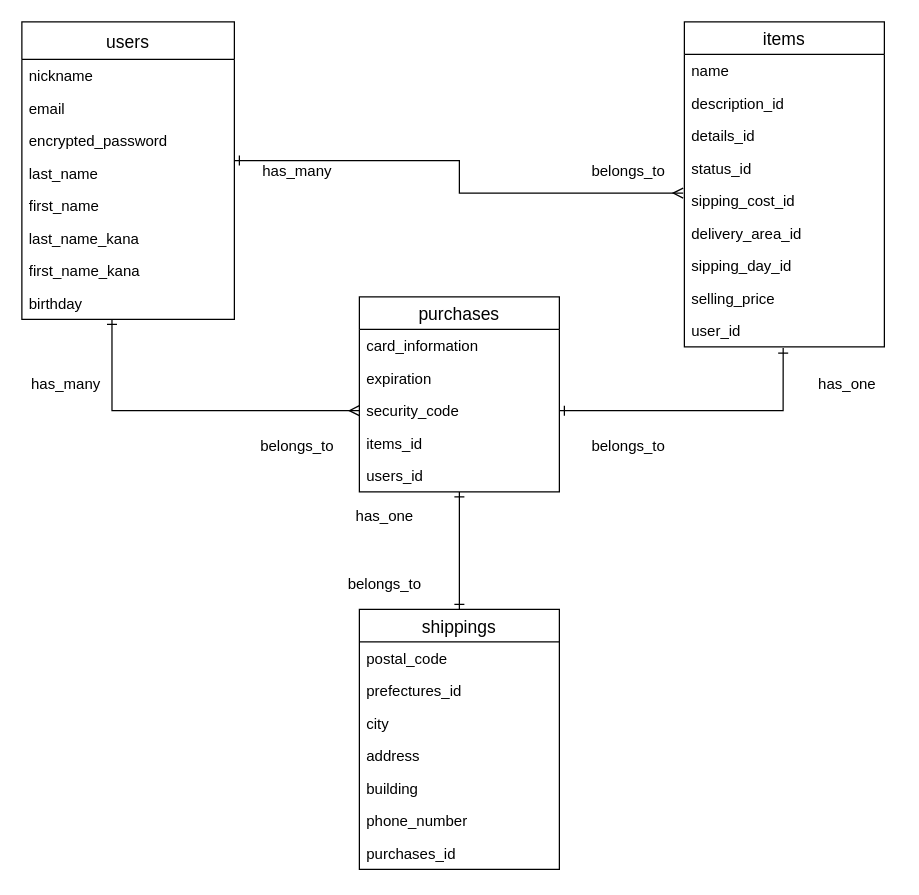
nao0313/furima-34535 keeps this draw.io diagram as furima.dio. Above is the earlier version. Source tidied: cells renumbered, new cells numbered last; positions are measured from the earlier drawing's top-left corner, leaving out a move shared by most shapes. Both pictures are drawn from the tidied source at 125%, with x=0, y=0 at pixel (21, 21).
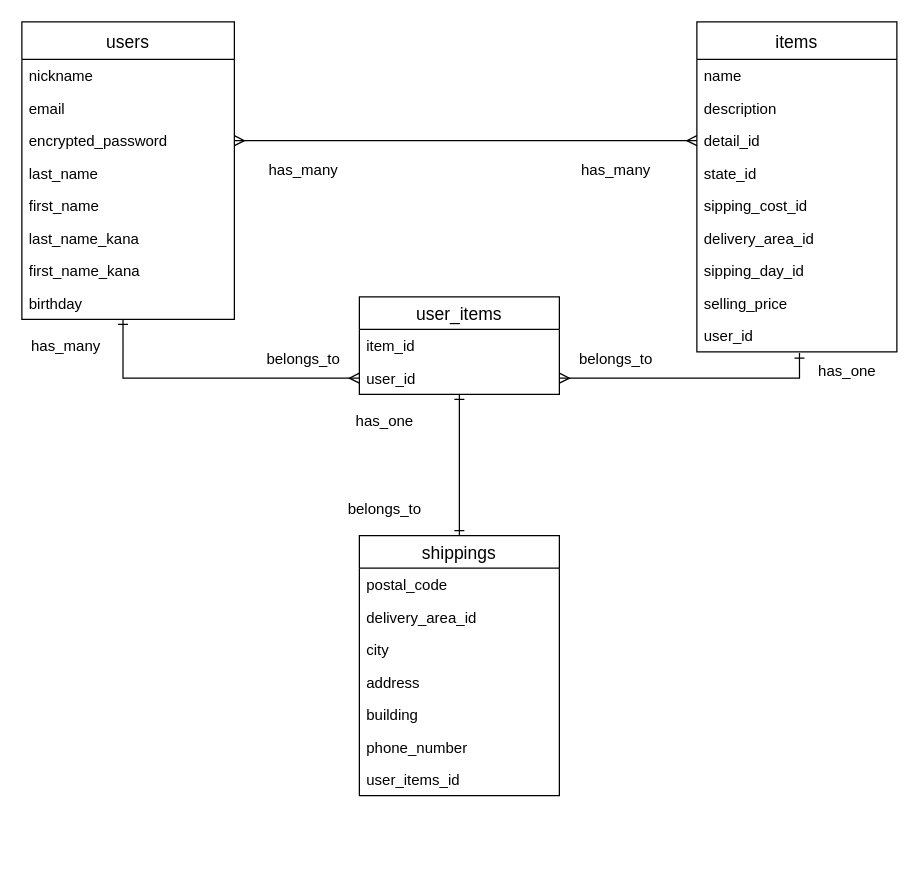
The same page after the edit.

The change refers to these unchanged cells:
```xml
<mxCell id="17" value="encrypted_password" style="text;strokeColor=none;fillColor=none;spacingLeft=4;spacingRight=4;overflow=hidden;points=[[0,0.5],[1,0.5]];portConstraint=eastwest;fontSize=12;" parent="14" vertex="1">
  <mxGeometry y="82" width="170" height="26" as="geometry" />
</mxCell>
<mxCell id="18" value="last_name" style="text;strokeColor=none;fillColor=none;spacingLeft=4;spacingRight=4;overflow=hidden;points=[[0,0.5],[1,0.5]];portConstraint=eastwest;fontSize=12;" parent="14" vertex="1">
  <mxGeometry y="108" width="170" height="26" as="geometry" />
</mxCell>
<mxCell id="22" value="birthday" style="text;strokeColor=none;fillColor=none;spacingLeft=4;spacingRight=4;overflow=hidden;points=[[0,0.5],[1,0.5]];portConstraint=eastwest;fontSize=12;" parent="14" vertex="1">
  <mxGeometry y="212" width="170" height="26" as="geometry" />
</mxCell>
```

The edit, as a diff of the source:
```diff
@@
-    <mxCell id="3" style="edgeStyle=orthogonalEdgeStyle;rounded=0;jettySize=auto;html=1;exitX=1;exitY=0.5;exitDx=0;exitDy=0;entryX=0.494;entryY=1.038;entryDx=0;entryDy=0;entryPerimeter=0;startArrow=ERone;startFill=0;endArrow=ERone;endFill=0;" parent="1" edge="1" source="26" target="38">
-      <mxGeometry relative="1" as="geometry" />
-    </mxCell>
-    <mxCell id="4" style="edgeStyle=orthogonalEdgeStyle;rounded=0;jettySize=auto;html=1;entryX=0.424;entryY=1;entryDx=0;entryDy=0;entryPerimeter=0;startArrow=ERmany;startFill=0;endArrow=ERone;endFill=0;fontSize=12;exitX=0;exitY=0.5;exitDx=0;exitDy=0;" parent="1" edge="1" source="26" target="22">
-      <mxGeometry relative="1" as="geometry" />
-    </mxCell>
-    <mxCell id="5" style="edgeStyle=orthogonalEdgeStyle;rounded=0;jettySize=auto;html=1;exitX=-0.006;exitY=0.269;exitDx=0;exitDy=0;startArrow=ERmany;startFill=0;endArrow=ERone;endFill=0;fontSize=12;exitPerimeter=0;entryX=1;entryY=0.115;entryDx=0;entryDy=0;entryPerimeter=0;" parent="1" edge="1" source="34" target="18">
+    <mxCell id="5" style="edgeStyle=orthogonalEdgeStyle;rounded=0;jettySize=auto;html=1;startArrow=ERmany;startFill=0;endArrow=ERmany;endFill=0;fontSize=12;exitX=0;exitY=0.5;exitDx=0;exitDy=0;entryX=1;entryY=0.5;entryDx=0;entryDy=0;" parent="1" edge="1" source="32" target="17">
       <mxGeometry relative="1" as="geometry" />
     </mxCell>
     <mxCell id="6" value="has_one" style="text;html=1;align=center;verticalAlign=middle;fontSize=12;" parent="1" vertex="1">
-      <mxGeometry x="630" y="280" width="60" height="20" as="geometry" />
+      <mxGeometry x="630" y="270" width="60" height="20" as="geometry" />
     </mxCell>
     <mxCell id="7" value="belongs_to" style="text;html=1;align=center;verticalAlign=middle;fontSize=12;" parent="1" vertex="1">
-      <mxGeometry x="450" y="330" width="70" height="20" as="geometry" />
+      <mxGeometry x="440" y="260" width="70" height="20" as="geometry" />
     </mxCell>
     <mxCell id="8" value="belongs_to" style="text;html=1;align=center;verticalAlign=middle;fontSize=12;" parent="1" vertex="1">
-      <mxGeometry x="185" y="330" width="70" height="20" as="geometry" />
+      <mxGeometry x="190" y="260" width="70" height="20" as="geometry" />
     </mxCell>
     <mxCell id="9" value="has_many" style="text;html=1;align=center;verticalAlign=middle;fontSize=12;" parent="1" vertex="1">
-      <mxGeometry y="280" width="70" height="20" as="geometry" />
+      <mxGeometry y="250" width="70" height="20" as="geometry" />
     </mxCell>
     <mxCell id="10" value="has_many" style="text;html=1;align=center;verticalAlign=middle;fontSize=12;" parent="1" vertex="1">
-      <mxGeometry x="185" y="110" width="70" height="20" as="geometry" />
+      <mxGeometry x="190" y="109" width="70" height="20" as="geometry" />
     </mxCell>
-    <mxCell id="11" value="belongs_to" style="text;html=1;align=center;verticalAlign=middle;fontSize=12;" parent="1" vertex="1">
-      <mxGeometry x="450" y="110" width="70" height="20" as="geometry" />
-    </mxCell>
     <mxCell id="12" value="has_one" style="text;html=1;align=center;verticalAlign=middle;fontSize=12;" parent="1" vertex="1">
-      <mxGeometry x="260" y="386" width="60" height="20" as="geometry" />
+      <mxGeometry x="260" y="310" width="60" height="20" as="geometry" />
     </mxCell>
     <mxCell id="13" value="belongs_to" style="text;html=1;align=center;verticalAlign=middle;fontSize=12;" parent="1" vertex="1">
-      <mxGeometry x="255" y="440" width="70" height="20" as="geometry" />
+      <mxGeometry x="255" y="380" width="70" height="20" as="geometry" />
     </mxCell>
@@
-    <mxCell id="23" value="purchases" style="swimlane;fontStyle=0;horizontal=1;startSize=26;align=center;fontSize=14;" parent="1" vertex="1">
-      <mxGeometry x="270" y="220" width="160" height="156" as="geometry" />
+    <mxCell id="23" value="user_items" style="swimlane;fontStyle=0;horizontal=1;startSize=26;align=center;fontSize=14;" parent="1" vertex="1">
+      <mxGeometry x="270" y="220" width="160" height="78" as="geometry" />
     </mxCell>
-    <mxCell id="24" value="card_information" style="text;strokeColor=none;fillColor=none;spacingLeft=4;spacingRight=4;overflow=hidden;fontSize=12;" parent="23" vertex="1">
-      <mxGeometry y="26" width="160" height="26" as="geometry" />
-    </mxCell>
-    <mxCell id="25" value="expiration" style="text;strokeColor=none;fillColor=none;spacingLeft=4;spacingRight=4;overflow=hidden;fontSize=12;" parent="23" vertex="1">
-      <mxGeometry y="52" width="160" height="26" as="geometry" />
-    </mxCell>
-    <mxCell id="26" value="security_code" style="text;strokeColor=none;fillColor=none;spacingLeft=4;spacingRight=4;overflow=hidden;points=[[0,0.5],[1,0.5]];portConstraint=eastwest;fontSize=12;" parent="23" vertex="1">
-      <mxGeometry y="78" width="160" height="26" as="geometry" />
-    </mxCell>
-    <mxCell id="27" value="items_id" style="text;strokeColor=none;fillColor=none;spacingLeft=4;spacingRight=4;overflow=hidden;fontSize=12;" parent="23" vertex="1">
-      <mxGeometry y="104" width="160" height="26" as="geometry" />
+    <mxCell id="27" value="item_id" style="text;strokeColor=none;fillColor=none;spacingLeft=4;spacingRight=4;overflow=hidden;fontSize=12;" parent="23" vertex="1">
+      <mxGeometry y="26" width="160" height="26" as="geometry" />
     </mxCell>
-    <mxCell id="28" value="users_id" style="text;strokeColor=none;fillColor=none;spacingLeft=4;spacingRight=4;overflow=hidden;points=[[0,0.5],[1,0.5]];portConstraint=eastwest;fontSize=12;" parent="23" vertex="1">
-      <mxGeometry y="130" width="160" height="26" as="geometry" />
+    <mxCell id="28" value="user_id" style="text;strokeColor=none;fillColor=none;spacingLeft=4;spacingRight=4;overflow=hidden;points=[[0,0.5],[1,0.5]];portConstraint=eastwest;fontSize=12;" parent="23" vertex="1">
+      <mxGeometry y="52" width="160" height="26" as="geometry" />
     </mxCell>
+    <mxCell id="47" style="edgeStyle=orthogonalEdgeStyle;rounded=0;jettySize=auto;html=1;exitX=1;exitY=0.5;exitDx=0;exitDy=0;entryX=0.513;entryY=1.038;entryDx=0;entryDy=0;entryPerimeter=0;startArrow=ERmany;startFill=0;endArrow=ERone;endFill=0;fontSize=12;" parent="1" edge="1" source="28" target="38">
+      <mxGeometry relative="1" as="geometry" />
+    </mxCell>
+    <mxCell id="39" value="shippings" style="swimlane;fontStyle=0;horizontal=1;startSize=26;align=center;fontSize=14;" parent="1" vertex="1">
+      <mxGeometry x="270" y="411" width="160" height="208" as="geometry" />
+    </mxCell>
+    <mxCell id="40" value="postal_code" style="text;strokeColor=none;fillColor=none;spacingLeft=4;spacingRight=4;overflow=hidden;fontSize=12;" parent="39" vertex="1">
+      <mxGeometry y="26" width="160" height="26" as="geometry" />
+    </mxCell>
+    <mxCell id="41" value="delivery_area_id" style="text;strokeColor=none;fillColor=none;spacingLeft=4;spacingRight=4;overflow=hidden;fontSize=12;" parent="39" vertex="1">
+      <mxGeometry y="52" width="160" height="26" as="geometry" />
+    </mxCell>
+    <mxCell id="42" value="city" style="text;strokeColor=none;fillColor=none;spacingLeft=4;spacingRight=4;overflow=hidden;fontSize=12;" parent="39" vertex="1">
+      <mxGeometry y="78" width="160" height="26" as="geometry" />
+    </mxCell>
+    <mxCell id="43" value="address" style="text;strokeColor=none;fillColor=none;spacingLeft=4;spacingRight=4;overflow=hidden;fontSize=12;" parent="39" vertex="1">
+      <mxGeometry y="104" width="160" height="26" as="geometry" />
+    </mxCell>
+    <mxCell id="44" value="building" style="text;strokeColor=none;fillColor=none;spacingLeft=4;spacingRight=4;overflow=hidden;fontSize=12;" parent="39" vertex="1">
+      <mxGeometry y="130" width="160" height="26" as="geometry" />
+    </mxCell>
+    <mxCell id="45" value="phone_number" style="text;strokeColor=none;fillColor=none;spacingLeft=4;spacingRight=4;overflow=hidden;fontSize=12;" parent="39" vertex="1">
+      <mxGeometry y="156" width="160" height="26" as="geometry" />
+    </mxCell>
+    <mxCell id="46" value="user_items_id" style="text;strokeColor=none;fillColor=none;spacingLeft=4;spacingRight=4;overflow=hidden;fontSize=12;" parent="39" vertex="1">
+      <mxGeometry y="182" width="160" height="26" as="geometry" />
+    </mxCell>
+    <mxCell id="48" style="edgeStyle=orthogonalEdgeStyle;rounded=0;jettySize=auto;html=1;exitX=0;exitY=0.5;exitDx=0;exitDy=0;entryX=0.476;entryY=1;entryDx=0;entryDy=0;entryPerimeter=0;startArrow=ERmany;startFill=0;endArrow=ERone;endFill=0;fontSize=12;" parent="1" edge="1" source="28" target="22">
+      <mxGeometry relative="1" as="geometry" />
+    </mxCell>
+    <mxCell id="49" value="has_many" style="text;html=1;align=center;verticalAlign=middle;fontSize=12;" parent="1" vertex="1">
+      <mxGeometry x="440" y="109" width="70" height="20" as="geometry" />
+    </mxCell>
-    <mxCell id="29" value="items" style="swimlane;fontStyle=0;horizontal=1;startSize=26;align=center;fontSize=14;" parent="1" vertex="1">
-      <mxGeometry x="530" width="160" height="260" as="geometry" />
+    <mxCell id="29" value="items" style="swimlane;fontStyle=0;horizontal=1;startSize=30;align=center;fontSize=14;" parent="1" vertex="1">
+      <mxGeometry x="540" width="160" height="264" as="geometry" />
     </mxCell>
     <mxCell id="30" value="name" style="text;strokeColor=none;fillColor=none;spacingLeft=4;spacingRight=4;overflow=hidden;fontSize=12;" parent="29" vertex="1">
-      <mxGeometry y="26" width="160" height="26" as="geometry" />
+      <mxGeometry y="30" width="160" height="26" as="geometry" />
     </mxCell>
-    <mxCell id="31" value="description_id" style="text;strokeColor=none;fillColor=none;spacingLeft=4;spacingRight=4;overflow=hidden;fontSize=12;" parent="29" vertex="1">
-      <mxGeometry y="52" width="160" height="26" as="geometry" />
+    <mxCell id="31" value="description" style="text;strokeColor=none;fillColor=none;spacingLeft=4;spacingRight=4;overflow=hidden;fontSize=12;" parent="29" vertex="1">
+      <mxGeometry y="56" width="160" height="26" as="geometry" />
     </mxCell>
-    <mxCell id="32" value="details_id" style="text;strokeColor=none;fillColor=none;spacingLeft=4;spacingRight=4;overflow=hidden;points=[[0,0.5],[1,0.5]];portConstraint=eastwest;fontSize=12;" parent="29" vertex="1">
-      <mxGeometry y="78" width="160" height="26" as="geometry" />
+    <mxCell id="32" value="detail_id" style="text;strokeColor=none;fillColor=none;spacingLeft=4;spacingRight=4;overflow=hidden;points=[[0,0.5],[1,0.5]];portConstraint=eastwest;fontSize=12;" parent="29" vertex="1">
+      <mxGeometry y="82" width="160" height="26" as="geometry" />
     </mxCell>
-    <mxCell id="33" value="status_id" style="text;strokeColor=none;fillColor=none;spacingLeft=4;spacingRight=4;overflow=hidden;fontSize=12;" parent="29" vertex="1">
-      <mxGeometry y="104" width="160" height="26" as="geometry" />
+    <mxCell id="33" value="state_id" style="text;strokeColor=none;fillColor=none;spacingLeft=4;spacingRight=4;overflow=hidden;fontSize=12;" parent="29" vertex="1">
+      <mxGeometry y="108" width="160" height="26" as="geometry" />
     </mxCell>
     <mxCell id="34" value="sipping_cost_id" style="text;strokeColor=none;fillColor=none;spacingLeft=4;spacingRight=4;overflow=hidden;points=[[0,0.5],[1,0.5]];portConstraint=eastwest;fontSize=12;" parent="29" vertex="1">
-      <mxGeometry y="130" width="160" height="26" as="geometry" />
+      <mxGeometry y="134" width="160" height="26" as="geometry" />
     </mxCell>
     <mxCell id="35" value="delivery_area_id" style="text;strokeColor=none;fillColor=none;spacingLeft=4;spacingRight=4;overflow=hidden;fontSize=12;" parent="29" vertex="1">
-      <mxGeometry y="156" width="160" height="26" as="geometry" />
+      <mxGeometry y="160" width="160" height="26" as="geometry" />
     </mxCell>
     <mxCell id="36" value="sipping_day_id" style="text;strokeColor=none;fillColor=none;spacingLeft=4;spacingRight=4;overflow=hidden;fontSize=12;" parent="29" vertex="1">
-      <mxGeometry y="182" width="160" height="26" as="geometry" />
+      <mxGeometry y="186" width="160" height="26" as="geometry" />
     </mxCell>
     <mxCell id="37" value="selling_price" style="text;strokeColor=none;fillColor=none;spacingLeft=4;spacingRight=4;overflow=hidden;fontSize=12;" parent="29" vertex="1">
-      <mxGeometry y="208" width="160" height="26" as="geometry" />
+      <mxGeometry y="212" width="160" height="26" as="geometry" />
     </mxCell>
     <mxCell id="38" value="user_id" style="text;strokeColor=none;fillColor=none;spacingLeft=4;spacingRight=4;overflow=hidden;points=[[0,0.5],[1,0.5]];portConstraint=eastwest;fontSize=12;" parent="29" vertex="1">
-      <mxGeometry y="234" width="160" height="26" as="geometry" />
+      <mxGeometry y="238" width="160" height="26" as="geometry" />
     </mxCell>
-    <mxCell id="39" value="shippings" style="swimlane;fontStyle=0;horizontal=1;startSize=26;align=center;fontSize=14;" parent="1" vertex="1">
-      <mxGeometry x="270" y="470" width="160" height="208" as="geometry" />
-    </mxCell>
-    <mxCell id="40" value="postal_code" style="text;strokeColor=none;fillColor=none;spacingLeft=4;spacingRight=4;overflow=hidden;fontSize=12;" parent="39" vertex="1">
-      <mxGeometry y="26" width="160" height="26" as="geometry" />
-    </mxCell>
-    <mxCell id="41" value="prefectures_id" style="text;strokeColor=none;fillColor=none;spacingLeft=4;spacingRight=4;overflow=hidden;fontSize=12;" parent="39" vertex="1">
-      <mxGeometry y="52" width="160" height="26" as="geometry" />
-    </mxCell>
-    <mxCell id="42" value="city" style="text;strokeColor=none;fillColor=none;spacingLeft=4;spacingRight=4;overflow=hidden;fontSize=12;" parent="39" vertex="1">
-      <mxGeometry y="78" width="160" height="26" as="geometry" />
-    </mxCell>
-    <mxCell id="43" value="address" style="text;strokeColor=none;fillColor=none;spacingLeft=4;spacingRight=4;overflow=hidden;fontSize=12;" parent="39" vertex="1">
-      <mxGeometry y="104" width="160" height="26" as="geometry" />
-    </mxCell>
-    <mxCell id="44" value="building" style="text;strokeColor=none;fillColor=none;spacingLeft=4;spacingRight=4;overflow=hidden;fontSize=12;" parent="39" vertex="1">
-      <mxGeometry y="130" width="160" height="26" as="geometry" />
-    </mxCell>
-    <mxCell id="45" value="phone_number" style="text;strokeColor=none;fillColor=none;spacingLeft=4;spacingRight=4;overflow=hidden;fontSize=12;" parent="39" vertex="1">
-      <mxGeometry y="156" width="160" height="26" as="geometry" />
-    </mxCell>
-    <mxCell id="46" value="purchases_id" style="text;strokeColor=none;fillColor=none;spacingLeft=4;spacingRight=4;overflow=hidden;fontSize=12;" parent="39" vertex="1">
-      <mxGeometry y="182" width="160" height="26" as="geometry" />
-    </mxCell>
```
